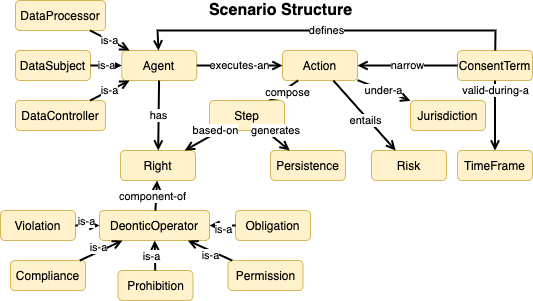
phalves/GoDReP keeps this draw.io diagram as img/Scenario_Structure.png. Above is the earlier version. Source tidied: cells renumbered, new cells last; positions are measured from the earlier drawing's top-left corner, leaving out a move shared by most shapes.
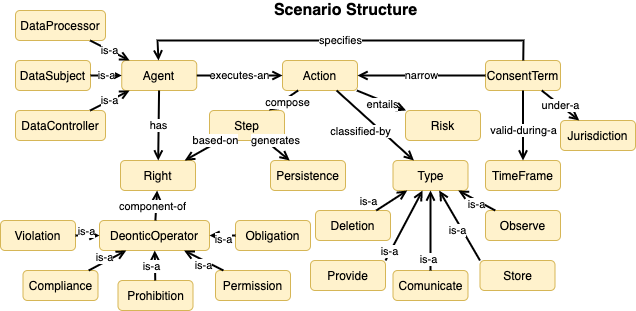
The same file after the commit.

Commit message:
Improvements of Scenario Structure in the theoretical explanation.

What changed in the source:
```diff
@@ -6,16 +6,16 @@
       <mxGeometry x="282" y="50" width="75" height="30" as="geometry" />
     </mxCell>
     <mxCell id="3" value="Risk" style="rounded=1;whiteSpace=wrap;html=1;fillColor=#fff2cc;strokeColor=#d6b656;" parent="1" vertex="1">
-      <mxGeometry x="371" y="150" width="75" height="30" as="geometry" />
+      <mxGeometry x="405" y="100" width="75" height="30" as="geometry" />
     </mxCell>
     <mxCell id="4" value="ConsentTerm" style="rounded=1;whiteSpace=wrap;html=1;fillColor=#fff2cc;strokeColor=#d6b656;" parent="1" vertex="1">
-      <mxGeometry x="457" y="50" width="75" height="30" as="geometry" />
+      <mxGeometry x="485" y="50" width="75" height="30" as="geometry" />
     </mxCell>
     <mxCell id="5" value="TimeFrame" style="rounded=1;whiteSpace=wrap;html=1;fillColor=#fff2cc;strokeColor=#d6b656;" parent="1" vertex="1">
-      <mxGeometry x="457" y="150" width="75" height="30" as="geometry" />
+      <mxGeometry x="485" y="150" width="75" height="30" as="geometry" />
     </mxCell>
     <mxCell id="6" value="Jurisdiction" style="rounded=1;whiteSpace=wrap;html=1;fillColor=#fff2cc;strokeColor=#d6b656;" parent="1" vertex="1">
-      <mxGeometry x="410" y="100" width="75" height="30" as="geometry" />
+      <mxGeometry x="560" y="110" width="75" height="30" as="geometry" />
     </mxCell>
     <mxCell id="7" value="Agent" style="rounded=1;whiteSpace=wrap;html=1;fillColor=#fff2cc;strokeColor=#d6b656;" parent="1" vertex="1">
       <mxGeometry x="121.2" y="50" width="75" height="30" as="geometry" />
@@ -41,7 +41,7 @@
     <mxCell id="14" value="executes-an" style="edgeStyle=none;rounded=0;jettySize=auto;html=1;endArrow=open;endFill=0;strokeWidth=2;" parent="1" edge="1" source="7" target="2">
       <mxGeometry relative="1" as="geometry" />
     </mxCell>
-    <mxCell id="15" value="under-a" style="edgeStyle=none;rounded=0;jettySize=auto;html=1;endArrow=open;endFill=0;strokeWidth=2;" parent="1" edge="1" source="2" target="6">
+    <mxCell id="15" value="under-a" style="edgeStyle=none;rounded=0;jettySize=auto;html=1;endArrow=open;endFill=0;strokeWidth=2;" parent="1" edge="1" source="4" target="6">
       <mxGeometry relative="1" as="geometry" />
     </mxCell>
     <mxCell id="16" value="narrow" style="edgeStyle=none;rounded=0;jettySize=auto;html=1;endArrow=open;endFill=0;strokeWidth=2;" parent="1" edge="1" source="4" target="2">
@@ -51,7 +51,7 @@
       <mxGeometry x="0.09" y="-3" relative="1" as="geometry" />
     </mxCell>
     <mxCell id="18" value="valid-during-a" style="edgeStyle=none;rounded=0;jettySize=auto;html=1;endArrow=open;endFill=0;strokeWidth=2;" parent="1" edge="1" source="4" target="5">
-      <mxGeometry x="-0.71" relative="1" as="geometry" />
+      <mxGeometry x="0.14" relative="1" as="geometry" />
     </mxCell>
     <mxCell id="19" value="Step" style="rounded=1;whiteSpace=wrap;html=1;fillColor=#fff2cc;strokeColor=#d6b656;" parent="1" vertex="1">
       <mxGeometry x="209" y="100" width="75" height="30" as="geometry" />
@@ -78,13 +78,13 @@
       <mxGeometry x="235" y="210" width="75" height="30" as="geometry" />
     </mxCell>
     <mxCell id="27" value="Permission" style="rounded=1;whiteSpace=wrap;html=1;fillColor=#fff2cc;strokeColor=#d6b656;" parent="1" vertex="1">
-      <mxGeometry x="227.5" y="260" width="75" height="30" as="geometry" />
+      <mxGeometry x="215" y="260" width="75" height="30" as="geometry" />
     </mxCell>
     <mxCell id="28" value="Violation" style="rounded=1;whiteSpace=wrap;html=1;fillColor=#fff2cc;strokeColor=#d6b656;" parent="1" vertex="1">
       <mxGeometry y="210" width="75" height="30" as="geometry" />
     </mxCell>
     <mxCell id="29" value="Compliance" style="rounded=1;whiteSpace=wrap;html=1;fillColor=#fff2cc;strokeColor=#d6b656;" parent="1" vertex="1">
-      <mxGeometry x="10" y="260" width="75" height="30" as="geometry" />
+      <mxGeometry x="22.5" y="260" width="75" height="30" as="geometry" />
     </mxCell>
     <mxCell id="30" value="Prohibition" style="rounded=1;whiteSpace=wrap;html=1;fillColor=#fff2cc;strokeColor=#d6b656;" parent="1" vertex="1">
       <mxGeometry x="117.5" y="270" width="75" height="30" as="geometry" />
@@ -105,12 +105,12 @@
       <mxGeometry x="-0.08" y="4" relative="1" as="geometry" />
     </mxCell>
     <mxCell id="36" value="&lt;b style=&quot;font-size: 16px;&quot;&gt;Scenario Structure&lt;/b&gt;" style="text;html=1;align=center;verticalAlign=middle;strokeColor=none;fontSize=16;" parent="1" vertex="1">
-      <mxGeometry x="200" width="160" height="20" as="geometry" />
+      <mxGeometry x="265" y="-10" width="160" height="20" as="geometry" />
     </mxCell>
-    <mxCell id="37" value="defines" style="edgeStyle=none;rounded=0;jettySize=auto;html=1;endArrow=open;endFill=0;strokeWidth=2;" parent="1" edge="1" source="4" target="7">
+    <mxCell id="37" value="specifies" style="edgeStyle=none;rounded=0;jettySize=auto;html=1;endArrow=open;endFill=0;strokeWidth=2;" parent="1" edge="1" source="4" target="7">
       <mxGeometry relative="1" as="geometry">
         <Array as="points">
-          <mxPoint x="495" y="30" />
+          <mxPoint x="523" y="30" />
           <mxPoint x="157" y="30" />
         </Array>
       </mxGeometry>
@@ -121,5 +121,45 @@
     <mxCell id="39" value="generates" style="edgeStyle=none;rounded=0;jettySize=auto;html=1;endArrow=open;endFill=0;strokeWidth=2;" parent="1" edge="1" source="19" target="38">
       <mxGeometry x="-0.5" y="6" relative="1" as="geometry" />
     </mxCell>
+    <mxCell id="40" value="Type" style="rounded=1;whiteSpace=wrap;html=1;fillColor=#fff2cc;strokeColor=#d6b656;" parent="1" vertex="1">
+      <mxGeometry x="392.5" y="150" width="75" height="30" as="geometry" />
+    </mxCell>
+    <mxCell id="41" value="classified-by" style="edgeStyle=none;rounded=0;jettySize=auto;html=1;endArrow=open;endFill=0;strokeWidth=2;" parent="1" edge="1" source="2" target="40">
+      <mxGeometry x="-0.12" y="-15" relative="1" as="geometry">
+        <mxPoint y="-1" as="offset" />
+      </mxGeometry>
+    </mxCell>
+    <mxCell id="42" value="Deletion" style="rounded=1;whiteSpace=wrap;html=1;fillColor=#fff2cc;strokeColor=#d6b656;" parent="1" vertex="1">
+      <mxGeometry x="315" y="200" width="75" height="30" as="geometry" />
+    </mxCell>
+    <mxCell id="43" value="Observe" style="rounded=1;whiteSpace=wrap;html=1;fillColor=#fff2cc;strokeColor=#d6b656;" parent="1" vertex="1">
+      <mxGeometry x="485" y="200" width="75" height="30" as="geometry" />
+    </mxCell>
+    <mxCell id="44" value="Store" style="rounded=1;whiteSpace=wrap;html=1;fillColor=#fff2cc;strokeColor=#d6b656;" parent="1" vertex="1">
+      <mxGeometry x="479.5" y="250" width="75" height="30" as="geometry" />
+    </mxCell>
+    <mxCell id="45" value="Comunicate" style="rounded=1;whiteSpace=wrap;html=1;fillColor=#fff2cc;strokeColor=#d6b656;" parent="1" vertex="1">
+      <mxGeometry x="392.5" y="260" width="75" height="30" as="geometry" />
+    </mxCell>
+    <mxCell id="46" value="Provide" style="rounded=1;whiteSpace=wrap;html=1;fillColor=#fff2cc;strokeColor=#d6b656;" parent="1" vertex="1">
+      <mxGeometry x="310" y="250" width="75" height="30" as="geometry" />
+    </mxCell>
+    <mxCell id="47" value="is-a" style="edgeStyle=none;rounded=0;jettySize=auto;html=1;endArrow=open;endFill=0;strokeWidth=2;" parent="1" edge="1" source="42" target="40">
+      <mxGeometry x="-1" y="12" relative="1" as="geometry">
+        <mxPoint x="-1" y="1" as="offset" />
+      </mxGeometry>
+    </mxCell>
+    <mxCell id="48" value="is-a" style="edgeStyle=none;rounded=0;jettySize=auto;html=1;endArrow=open;endFill=0;strokeWidth=2;" parent="1" edge="1" source="43" target="40">
+      <mxGeometry x="-0.08" y="4" relative="1" as="geometry" />
+    </mxCell>
+    <mxCell id="49" value="is-a" style="edgeStyle=none;rounded=0;jettySize=auto;html=1;endArrow=open;endFill=0;strokeWidth=2;exitX=1;exitY=0;exitDx=0;exitDy=0;" parent="1" edge="1" source="46" target="40">
+      <mxGeometry x="-0.75" y="1" relative="1" as="geometry" />
+    </mxCell>
+    <mxCell id="50" value="is-a" style="edgeStyle=none;rounded=0;jettySize=auto;html=1;endArrow=open;endFill=0;strokeWidth=2;exitX=0;exitY=0;exitDx=0;exitDy=0;" parent="1" edge="1" source="44" target="40">
+      <mxGeometry x="-0.08" y="4" relative="1" as="geometry" />
+    </mxCell>
+    <mxCell id="51" value="is-a" style="edgeStyle=none;rounded=0;jettySize=auto;html=1;endArrow=open;endFill=0;strokeWidth=2;exitX=0.5;exitY=0;exitDx=0;exitDy=0;" parent="1" edge="1" source="45" target="40">
+      <mxGeometry x="-0.73" y="2" relative="1" as="geometry" />
+    </mxCell>
   </root>
 </mxGraphModel>
```
